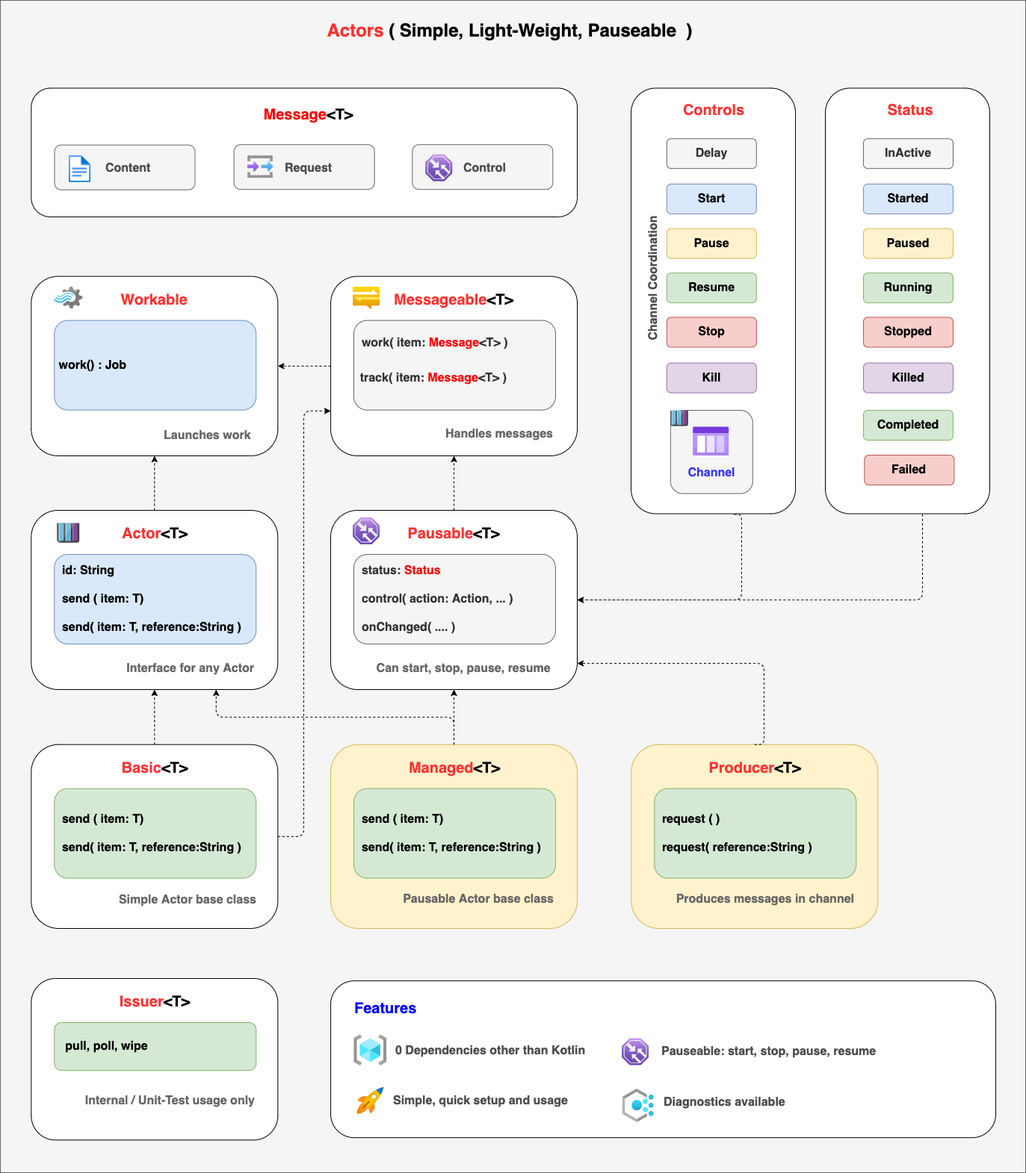
The draw.io diagram doc/diagrams/slatekit-actors.png in slatekit/kiit, before a commit. Source tidied: cells renumbered, new cells last; positions are measured from the earlier drawing's top-left corner, leaving out a move shared by most shapes.
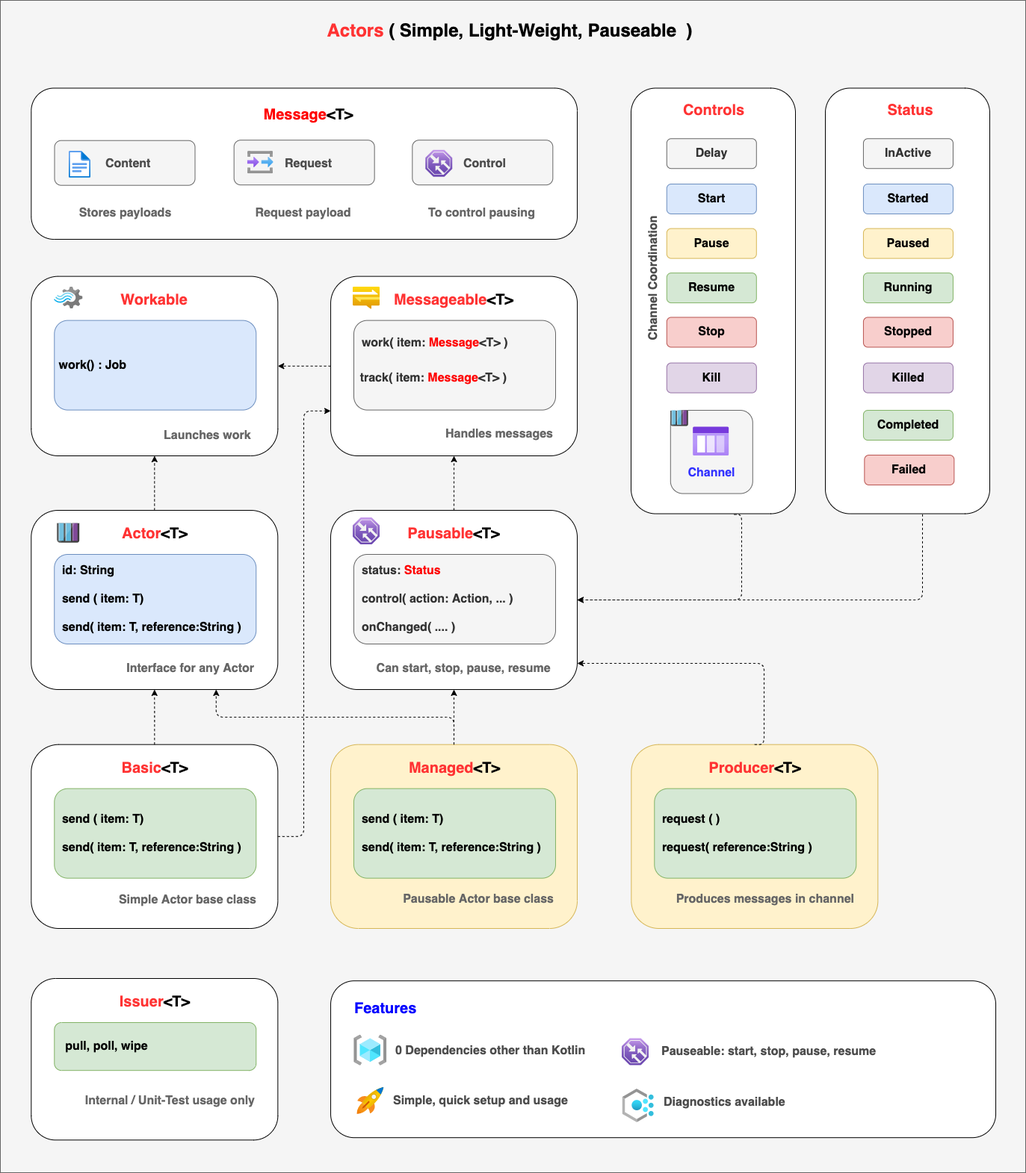
Above is the later version.

Commit message:
Update diagrams for actors

What changed in the source:
```diff
@@ -9,10 +9,10 @@
       <mxGeometry x="844" y="117.5" width="220" height="570" as="geometry" />
     </mxCell>
     <mxCell id="4" style="rounded=1;whiteSpace=wrap;html=1;glass=0;strokeWidth=1;fontSize=14;align=left;" parent="1" vertex="1">
-      <mxGeometry x="41.3" y="117.5" width="730.7" height="172.5" as="geometry" />
+      <mxGeometry x="41.3" y="117.5" width="730.7" height="202.5" as="geometry" />
     </mxCell>
     <mxCell id="5" style="rounded=1;whiteSpace=wrap;html=1;glass=0;strokeColor=#666666;strokeWidth=1;fillColor=#f5f5f5;fontSize=14;fontColor=#333333;align=right;" parent="1" vertex="1">
-      <mxGeometry x="72.5" y="193.7" width="188" height="60" as="geometry" />
+      <mxGeometry x="72.5" y="187.7" width="188" height="60" as="geometry" />
     </mxCell>
     <mxCell id="6" style="rounded=1;whiteSpace=wrap;html=1;glass=0;align=left;" parent="1" vertex="1">
       <mxGeometry x="41.3" y="683" width="330" height="240" as="geometry" />
@@ -24,28 +24,28 @@
       <mxGeometry x="32" y="30" width="1300" height="20" as="geometry" />
     </mxCell>
     <mxCell id="9" value="&lt;font style=&quot;font-size: 16px&quot;&gt;&lt;b&gt;Content&lt;/b&gt;&lt;/font&gt;" style="text;html=1;strokeColor=none;fillColor=none;align=left;verticalAlign=middle;whiteSpace=wrap;rounded=0;fontColor=#4D4D4D;" parent="1" vertex="1">
-      <mxGeometry x="139.4" y="215.2" width="106.6" height="20" as="geometry" />
+      <mxGeometry x="139.4" y="209.2" width="106.6" height="20" as="geometry" />
     </mxCell>
     <mxCell id="10" value="&lt;font&gt;&lt;b&gt;&lt;span style=&quot;font-size: 20px&quot;&gt;&lt;font color=&quot;#ff0000&quot;&gt;Message&lt;/font&gt;&lt;font color=&quot;#000000&quot;&gt;&amp;lt;T&amp;gt;&lt;/font&gt;&lt;/span&gt;&lt;br&gt;&lt;/b&gt;&lt;/font&gt;" style="text;html=1;strokeColor=none;fillColor=none;align=center;verticalAlign=middle;whiteSpace=wrap;rounded=0;fontColor=#0000FF;" parent="1" vertex="1">
       <mxGeometry x="81.5" y="137.5" width="660.5" height="30" as="geometry" />
     </mxCell>
     <mxCell id="11" style="rounded=1;whiteSpace=wrap;html=1;glass=0;strokeColor=#666666;strokeWidth=1;fillColor=#f5f5f5;fontSize=14;fontColor=#333333;align=right;" parent="1" vertex="1">
-      <mxGeometry x="312.7" y="193.2" width="188" height="60" as="geometry" />
+      <mxGeometry x="312.7" y="187.2" width="188" height="60" as="geometry" />
     </mxCell>
     <mxCell id="12" value="&lt;font style=&quot;font-size: 16px&quot;&gt;&lt;b&gt;Request&lt;/b&gt;&lt;/font&gt;" style="text;html=1;strokeColor=none;fillColor=none;align=left;verticalAlign=middle;whiteSpace=wrap;rounded=0;fontColor=#4D4D4D;" parent="1" vertex="1">
-      <mxGeometry x="379.4" y="214.7" width="110.8" height="20" as="geometry" />
+      <mxGeometry x="379.4" y="208.7" width="110.8" height="20" as="geometry" />
     </mxCell>
     <mxCell id="13" style="html=1;align=center;image;fontSize=12;image=img/lib/azure2/general/Input_Output.svg;rounded=0;glass=0;strokeColor=#D79B00;strokeWidth=1;fillColor=#66B2FF;gradientColor=none;" parent="1" vertex="1">
-      <mxGeometry x="330.7" y="208.2" width="34.9" height="30" as="geometry" />
+      <mxGeometry x="330.7" y="202.2" width="34.9" height="30" as="geometry" />
     </mxCell>
     <mxCell id="14" style="rounded=1;whiteSpace=wrap;html=1;glass=0;strokeColor=#666666;strokeWidth=1;fillColor=#f5f5f5;fontSize=14;fontColor=#333333;align=right;" parent="1" vertex="1">
-      <mxGeometry x="551.3" y="193.2" width="188" height="60" as="geometry" />
+      <mxGeometry x="551.3" y="187.2" width="188" height="60" as="geometry" />
     </mxCell>
     <mxCell id="15" value="&lt;font style=&quot;font-size: 16px&quot;&gt;&lt;b&gt;Control&lt;/b&gt;&lt;/font&gt;" style="text;html=1;strokeColor=none;fillColor=none;align=left;verticalAlign=middle;whiteSpace=wrap;rounded=0;fontColor=#4D4D4D;" parent="1" vertex="1">
-      <mxGeometry x="618" y="214.7" width="93" height="20" as="geometry" />
+      <mxGeometry x="618" y="208.7" width="93" height="20" as="geometry" />
     </mxCell>
     <mxCell id="16" style="html=1;align=center;image;fontSize=12;image=img/lib/azure2/networking/Traffic_Manager_Profiles.svg;rounded=0;glass=0;strokeColor=#D79B00;strokeWidth=1;fillColor=#66B2FF;gradientColor=none;" parent="1" vertex="1">
-      <mxGeometry x="569.2" y="206.7" width="36" height="36" as="geometry" />
+      <mxGeometry x="569.2" y="200.7" width="36" height="36" as="geometry" />
     </mxCell>
     <mxCell id="17" style="rounded=1;whiteSpace=wrap;html=1;glass=0;align=left;fillColor=#f5f5f5;strokeColor=#666666;fontColor=#333333;" parent="1" vertex="1">
       <mxGeometry x="896.8" y="549" width="110" height="111.5" as="geometry" />
@@ -251,7 +251,7 @@
       <mxGeometry x="875.3" y="1189" width="269.8" height="30" as="geometry" />
     </mxCell>
     <mxCell id="78" style="html=1;align=center;image;fontSize=12;image=img/lib/azure2/general/File.svg;" parent="1" vertex="1">
-      <mxGeometry x="92" y="208" width="29.2" height="36" as="geometry" />
+      <mxGeometry x="92" y="202" width="29.2" height="36" as="geometry" />
     </mxCell>
     <mxCell id="79" style="rounded=1;whiteSpace=wrap;html=1;glass=0;strokeWidth=1;fontSize=14;align=left;" parent="1" vertex="1">
       <mxGeometry x="442" y="1313.2" width="890" height="210" as="geometry" />
@@ -298,5 +298,14 @@
     <mxCell id="93" style="edgeStyle=elbowEdgeStyle;elbow=horizontal;endArrow=classic;html=1;dashed=1;exitX=1;exitY=0.5;exitDx=0;exitDy=0;entryX=0;entryY=0.75;entryDx=0;entryDy=0;" parent="1" edge="1" source="45" target="22">
       <mxGeometry relative="1" as="geometry" />
     </mxCell>
+    <mxCell id="94" value="&lt;span style=&quot;font-size: 16px&quot;&gt;&lt;b&gt;Stores payloads&lt;/b&gt;&lt;/span&gt;" style="text;html=1;strokeColor=none;fillColor=none;align=center;verticalAlign=middle;whiteSpace=wrap;rounded=0;fontColor=#666666;" parent="1" vertex="1">
+      <mxGeometry x="72.6" y="269.6" width="189.4" height="30" as="geometry" />
+    </mxCell>
+    <mxCell id="95" value="&lt;span style=&quot;font-size: 16px&quot;&gt;&lt;b&gt;Request payload&lt;/b&gt;&lt;/span&gt;" style="text;html=1;strokeColor=none;fillColor=none;align=center;verticalAlign=middle;whiteSpace=wrap;rounded=0;fontColor=#666666;" parent="1" vertex="1">
+      <mxGeometry x="311.2" y="269.6" width="189.4" height="30" as="geometry" />
+    </mxCell>
+    <mxCell id="96" value="&lt;span style=&quot;font-size: 16px&quot;&gt;&lt;b&gt;To control pausing&lt;/b&gt;&lt;/span&gt;" style="text;html=1;strokeColor=none;fillColor=none;align=center;verticalAlign=middle;whiteSpace=wrap;rounded=0;fontColor=#666666;" parent="1" vertex="1">
+      <mxGeometry x="549.9" y="269.6" width="189.4" height="30" as="geometry" />
+    </mxCell>
   </root>
 </mxGraphModel>
```
